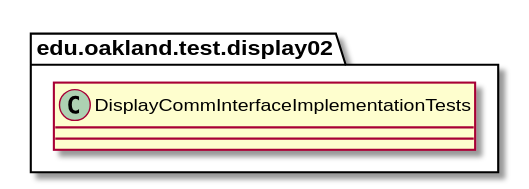
Earlier version of the PlantUML export docs/uml-class-diagrams/display02/test/DisplayCommInterfaceImplementationTests/DisplayCommInterfaceImplementationTests.svg (elilley15/csi-3370-software-project).
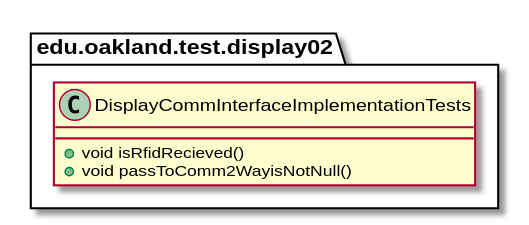
The same diagram one commit later.

Change to the diagram source:
```diff
@@ -2,7 +2,8 @@
 
 package edu.oakland.test.display02 {
     class DisplayCommInterfaceImplementationTests {
-
+        + void isRfidRecieved()
+        + void passToComm2WayisNotNull()
     }
 }
 
```
